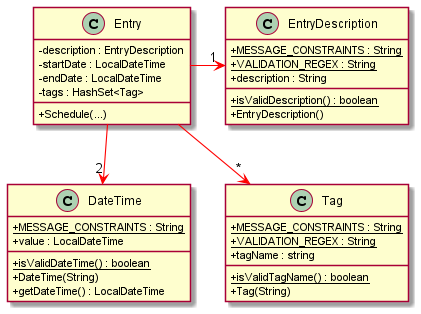
The PlantUML diagram docs/images/EntryClassDiagram.png in nus-cs2103-AY2021S2/tp, before a commit. Source of this version:
```plantuml
@startuml
skinparam arrowThickness 1.1
skinparam arrowColor RED
skinparam classAttributeIconSize 0

class EntryDescription {
  + {static} MESSAGE_CONSTRAINTS : String
  + {static} VALIDATION_REGEX : String
  + description : String

  + {static} isValidDescription() : boolean
  + EntryDescription()
}

class DateTime {
  + {static} MESSAGE_CONSTRAINTS : String
  + value : LocalDateTime

  + {static} isValidDateTime() : boolean
  + DateTime(String)
  + getDateTime() : LocalDateTime
}

class Tag {
  + {static} MESSAGE_CONSTRAINTS : String
  + {static} VALIDATION_REGEX : String
  + tagName : string

  + {static} isValidTagName() : boolean
  + Tag(String)
}

class Entry {
  - description : EntryDescription
  - startDate : LocalDateTime
  - endDate : LocalDateTime
  - tags : HashSet<Tag>

  + Schedule(...)
}

Entry -right-> "1" EntryDescription
Entry -down-> "2" DateTime
DateTime -right[hidden]-> Tag
EntryDescription -down[hidden]-> Tag
Entry -> "*" Tag


@enduml
```
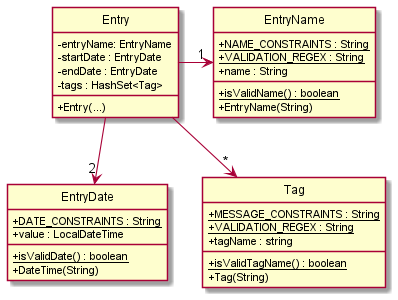
The same file after the commit.

Commit message:
Correct the UML diagram in DG

Diff of the diagram source:
```diff
@@ -1,24 +1,24 @@
 @startuml
 skinparam arrowThickness 1.1
-skinparam arrowColor RED
 skinparam classAttributeIconSize 0
 
-class EntryDescription {
-  + {static} MESSAGE_CONSTRAINTS : String
+hide circle
+
+class EntryName {
+  + {static} NAME_CONSTRAINTS : String
   + {static} VALIDATION_REGEX : String
-  + description : String
+  + name : String
 
-  + {static} isValidDescription() : boolean
-  + EntryDescription()
+  + {static} isValidName() : boolean
+  + EntryName(String)
 }
 
-class DateTime {
-  + {static} MESSAGE_CONSTRAINTS : String
+class EntryDate {
+  + {static} DATE_CONSTRAINTS : String
   + value : LocalDateTime
 
-  + {static} isValidDateTime() : boolean
+  + {static} isValidDate() : boolean
   + DateTime(String)
-  + getDateTime() : LocalDateTime
 }
 
 class Tag {
@@ -31,19 +31,18 @@
 }
 
 class Entry {
-  - description : EntryDescription
-  - startDate : LocalDateTime
-  - endDate : LocalDateTime
+  - entryName: EntryName
+  - startDate : EntryDate
+  - endDate : EntryDate
   - tags : HashSet<Tag>
 
-  + Schedule(...)
+  + Entry(...)
 }
 
-Entry -right-> "1" EntryDescription
-Entry -down-> "2" DateTime
-DateTime -right[hidden]-> Tag
-EntryDescription -down[hidden]-> Tag
+Entry -right-> "1" EntryName
+Entry -down-> "2" EntryDate
+EntryDate -right[hidden]-> Tag
+EntryName -down[hidden]-> Tag
 Entry -> "*" Tag
 
-
 @enduml
```
